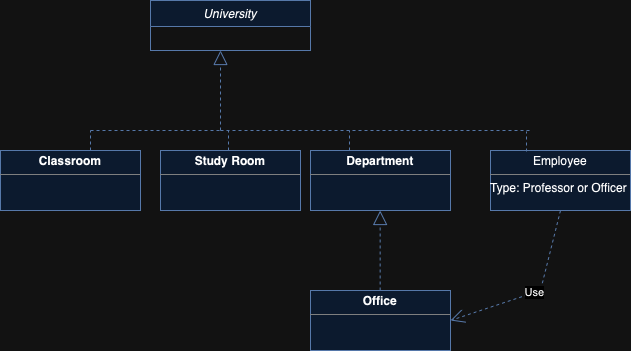
Earlier version of the draw.io export image.png (simay-uygur/Project-4--OOP-Representation). Source tidied: cells renumbered, new cells last; positions are measured from the earlier drawing's top-left corner, leaving out a move shared by most shapes.
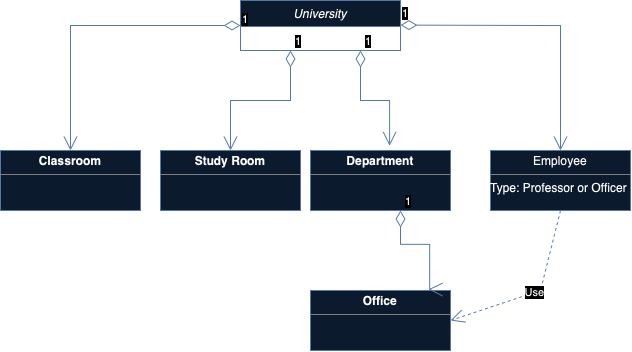
After the change.

Change to the diagram source:
```diff
@@ -1,9 +1,9 @@
-<mxGraphModel>
+<mxGraphModel background="#ffffff">
   <root>
     <mxCell id="0" />
     <mxCell id="1" parent="0" />
     <mxCell id="2" value="University" style="swimlane;fontStyle=2;align=center;verticalAlign=top;horizontal=1;startSize=26;rounded=0;shadow=0;strokeWidth=1;fillColor=#dae8fc;strokeColor=#6c8ebf;" parent="1" vertex="1">
-      <mxGeometry x="150" width="160" height="50" as="geometry" />
+      <mxGeometry x="240" width="160" height="50" as="geometry" />
     </mxCell>
     <mxCell id="3" value="&lt;p style=&quot;margin:0px;margin-top:4px;text-align:center;&quot;&gt;&lt;b&gt;Classroom&lt;/b&gt;&lt;/p&gt;&lt;hr size=&quot;1&quot; style=&quot;border-style:solid;&quot;&gt;&lt;div style=&quot;height:2px;&quot;&gt;&lt;/div&gt;" style="verticalAlign=top;align=left;overflow=fill;html=1;whiteSpace=wrap;fillColor=#dae8fc;strokeColor=#6c8ebf;" parent="1" vertex="1">
       <mxGeometry y="150" width="140" height="60" as="geometry" />
@@ -11,54 +11,12 @@
     <mxCell id="4" value="&lt;p style=&quot;margin:0px;margin-top:4px;text-align:center;&quot;&gt;&lt;b&gt;Study Room&lt;/b&gt;&lt;/p&gt;&lt;hr size=&quot;1&quot; style=&quot;border-style:solid;&quot;&gt;&lt;div style=&quot;height:2px;&quot;&gt;&lt;/div&gt;" style="verticalAlign=top;align=left;overflow=fill;html=1;whiteSpace=wrap;fillColor=#dae8fc;strokeColor=#6c8ebf;" parent="1" vertex="1">
       <mxGeometry x="160" y="150" width="140" height="60" as="geometry" />
     </mxCell>
-    <mxCell id="5" style="endArrow=block;dashed=1;endFill=0;endSize=12;html=1;rounded=0;fillColor=#dae8fc;strokeColor=#6c8ebf;" parent="1" edge="1">
-      <mxGeometry relative="1" as="geometry">
-        <mxPoint x="220" y="130" as="sourcePoint" />
-        <mxPoint x="220" y="50" as="targetPoint" />
-      </mxGeometry>
-    </mxCell>
-    <mxCell id="6" style="endArrow=none;dashed=1;html=1;rounded=0;fillColor=#dae8fc;strokeColor=#6c8ebf;" parent="1" edge="1">
-      <mxGeometry relative="1" as="geometry">
-        <mxPoint x="90" y="130" as="sourcePoint" />
-        <mxPoint x="220" y="130" as="targetPoint" />
-      </mxGeometry>
-    </mxCell>
     <mxCell id="7" style="edgeStyle=orthogonalEdgeStyle;rounded=0;orthogonalLoop=1;jettySize=auto;html=1;exitX=0.5;exitY=1;exitDx=0;exitDy=0;fillColor=#dae8fc;strokeColor=#6c8ebf;" parent="1" edge="1" source="3" target="3">
       <mxGeometry relative="1" as="geometry" />
     </mxCell>
-    <mxCell id="8" style="endArrow=none;dashed=1;html=1;rounded=0;fillColor=#dae8fc;strokeColor=#6c8ebf;" parent="1" edge="1">
-      <mxGeometry relative="1" as="geometry">
-        <mxPoint x="220" y="130" as="sourcePoint" />
-        <mxPoint x="530" y="130" as="targetPoint" />
-      </mxGeometry>
-    </mxCell>
-    <mxCell id="9" style="endArrow=none;dashed=1;html=1;rounded=0;fillColor=#dae8fc;strokeColor=#6c8ebf;" parent="1" edge="1">
-      <mxGeometry relative="1" as="geometry">
-        <mxPoint x="90" y="150" as="sourcePoint" />
-        <mxPoint x="90" y="130" as="targetPoint" />
-      </mxGeometry>
-    </mxCell>
-    <mxCell id="10" style="endArrow=none;dashed=1;html=1;rounded=0;fillColor=#dae8fc;strokeColor=#6c8ebf;" parent="1" edge="1">
-      <mxGeometry relative="1" as="geometry">
-        <mxPoint x="228" y="150" as="sourcePoint" />
-        <mxPoint x="228" y="130" as="targetPoint" />
-      </mxGeometry>
-    </mxCell>
-    <mxCell id="11" style="endArrow=none;dashed=1;html=1;rounded=0;fillColor=#dae8fc;strokeColor=#6c8ebf;" parent="1" edge="1">
-      <mxGeometry relative="1" as="geometry">
-        <mxPoint x="349" y="150" as="sourcePoint" />
-        <mxPoint x="349" y="130" as="targetPoint" />
-      </mxGeometry>
-    </mxCell>
     <mxCell id="12" value="&lt;p style=&quot;margin:0px;margin-top:4px;text-align:center;&quot;&gt;&lt;b&gt;Department&lt;/b&gt;&lt;/p&gt;&lt;hr size=&quot;1&quot; style=&quot;border-style:solid;&quot;&gt;&lt;div style=&quot;height:2px;&quot;&gt;&lt;/div&gt;" style="verticalAlign=top;align=left;overflow=fill;html=1;whiteSpace=wrap;fillColor=#dae8fc;strokeColor=#6c8ebf;" parent="1" vertex="1">
       <mxGeometry x="310" y="150" width="140" height="60" as="geometry" />
     </mxCell>
-    <mxCell id="13" style="endArrow=block;dashed=1;endFill=0;endSize=12;html=1;rounded=0;fillColor=#dae8fc;strokeColor=#6c8ebf;" parent="1" edge="1">
-      <mxGeometry relative="1" as="geometry">
-        <mxPoint x="379.7" y="290" as="sourcePoint" />
-        <mxPoint x="379.7" y="210" as="targetPoint" />
-      </mxGeometry>
-    </mxCell>
     <mxCell id="14" value="&lt;p style=&quot;margin:0px;margin-top:4px;text-align:center;&quot;&gt;&lt;b&gt;Office&lt;/b&gt;&lt;/p&gt;&lt;hr size=&quot;1&quot; style=&quot;border-style:solid;&quot;&gt;&lt;div style=&quot;height:2px;&quot;&gt;&lt;br&gt;&lt;/div&gt;" style="verticalAlign=top;align=left;overflow=fill;html=1;whiteSpace=wrap;fillColor=#dae8fc;strokeColor=#6c8ebf;" parent="1" vertex="1">
       <mxGeometry x="310" y="290" width="140" height="60" as="geometry" />
     </mxCell>
@@ -72,11 +30,46 @@
     <mxCell id="16" value="&lt;p style=&quot;margin:0px;margin-top:4px;text-align:center;&quot;&gt;Employee&lt;/p&gt;&lt;hr size=&quot;1&quot; style=&quot;border-style:solid;&quot;&gt;&lt;div style=&quot;height:2px;&quot;&gt;Type: Professor or Officer&lt;/div&gt;" style="verticalAlign=top;align=left;overflow=fill;html=1;whiteSpace=wrap;fillColor=#dae8fc;strokeColor=#6c8ebf;" parent="1" vertex="1">
       <mxGeometry x="490" y="150" width="140" height="60" as="geometry" />
     </mxCell>
-    <mxCell id="17" style="endArrow=none;dashed=1;html=1;rounded=0;fillColor=#dae8fc;strokeColor=#6c8ebf;" parent="1" edge="1">
-      <mxGeometry relative="1" as="geometry">
-        <mxPoint x="526" y="151" as="sourcePoint" />
-        <mxPoint x="526" y="131" as="targetPoint" />
-      </mxGeometry>
-    </mxCell>
+    <mxCell id="18" value="1" style="endArrow=open;html=1;endSize=12;startArrow=diamondThin;startSize=14;startFill=0;edgeStyle=orthogonalEdgeStyle;align=left;verticalAlign=bottom;rounded=0;fillColor=#dae8fc;strokeColor=#6c8ebf;" parent="1" edge="1" target="16">
+      <mxGeometry x="-1" y="3" relative="1" as="geometry">
+        <mxPoint x="400" y="24.6" as="sourcePoint" />
+      </mxGeometry>
+    </mxCell>
+    <mxCell id="19" value="1" style="endArrow=open;html=1;endSize=12;startArrow=diamondThin;startSize=14;startFill=0;edgeStyle=orthogonalEdgeStyle;align=left;verticalAlign=bottom;rounded=0;entryX=0.565;entryY=-0.078;entryDx=0;entryDy=0;entryPerimeter=0;exitX=0.75;exitY=1;exitDx=0;exitDy=0;fillColor=#dae8fc;strokeColor=#6c8ebf;" parent="1" edge="1" source="2" target="12">
+      <mxGeometry x="-1" y="3" relative="1" as="geometry">
+        <Array as="points">
+          <mxPoint x="360" y="100" />
+          <mxPoint x="389" y="100" />
+        </Array>
+      </mxGeometry>
+    </mxCell>
+    <mxCell id="20" value="1" style="endArrow=open;html=1;endSize=12;startArrow=diamondThin;startSize=14;startFill=0;edgeStyle=orthogonalEdgeStyle;align=left;verticalAlign=bottom;rounded=0;entryX=0.5;entryY=0;entryDx=0;entryDy=0;fillColor=#dae8fc;strokeColor=#6c8ebf;" parent="1" edge="1" target="4">
+      <mxGeometry x="-1" y="3" relative="1" as="geometry">
+        <mxPoint x="290" y="50" as="sourcePoint" />
+        <Array as="points">
+          <mxPoint x="290" y="100" />
+          <mxPoint x="230" y="100" />
+        </Array>
+      </mxGeometry>
+    </mxCell>
+    <mxCell id="21" value="1" style="endArrow=open;html=1;endSize=12;startArrow=diamondThin;startSize=14;startFill=0;edgeStyle=orthogonalEdgeStyle;align=left;verticalAlign=bottom;rounded=0;entryX=0.5;entryY=0;entryDx=0;entryDy=0;fillColor=#dae8fc;strokeColor=#6c8ebf;" parent="1" edge="1" source="2">
+      <mxGeometry x="-1" y="3" relative="1" as="geometry">
+        <mxPoint x="70" y="150" as="targetPoint" />
+        <Array as="points">
+          <mxPoint x="70" y="25" />
+        </Array>
+      </mxGeometry>
+    </mxCell>
+    <mxCell id="22" value="1" style="endArrow=open;html=1;endSize=12;startArrow=diamondThin;startSize=14;startFill=0;edgeStyle=orthogonalEdgeStyle;align=left;verticalAlign=bottom;rounded=0;entryX=0.565;entryY=-0.078;entryDx=0;entryDy=0;entryPerimeter=0;exitX=0.649;exitY=1.103;exitDx=0;exitDy=0;exitPerimeter=0;fillColor=#dae8fc;strokeColor=#6c8ebf;" parent="1" edge="1">
+      <mxGeometry x="-1" y="3" relative="1" as="geometry">
+        <mxPoint x="400" y="210" as="sourcePoint" />
+        <mxPoint x="428.1" y="288.8" as="targetPoint" />
+        <Array as="points">
+          <mxPoint x="400.1" y="243.8" />
+          <mxPoint x="429.1" y="243.8" />
+          <mxPoint x="429.1" y="288.8" />
+        </Array>
+      </mxGeometry>
+    </mxCell>
   </root>
 </mxGraphModel>
```
